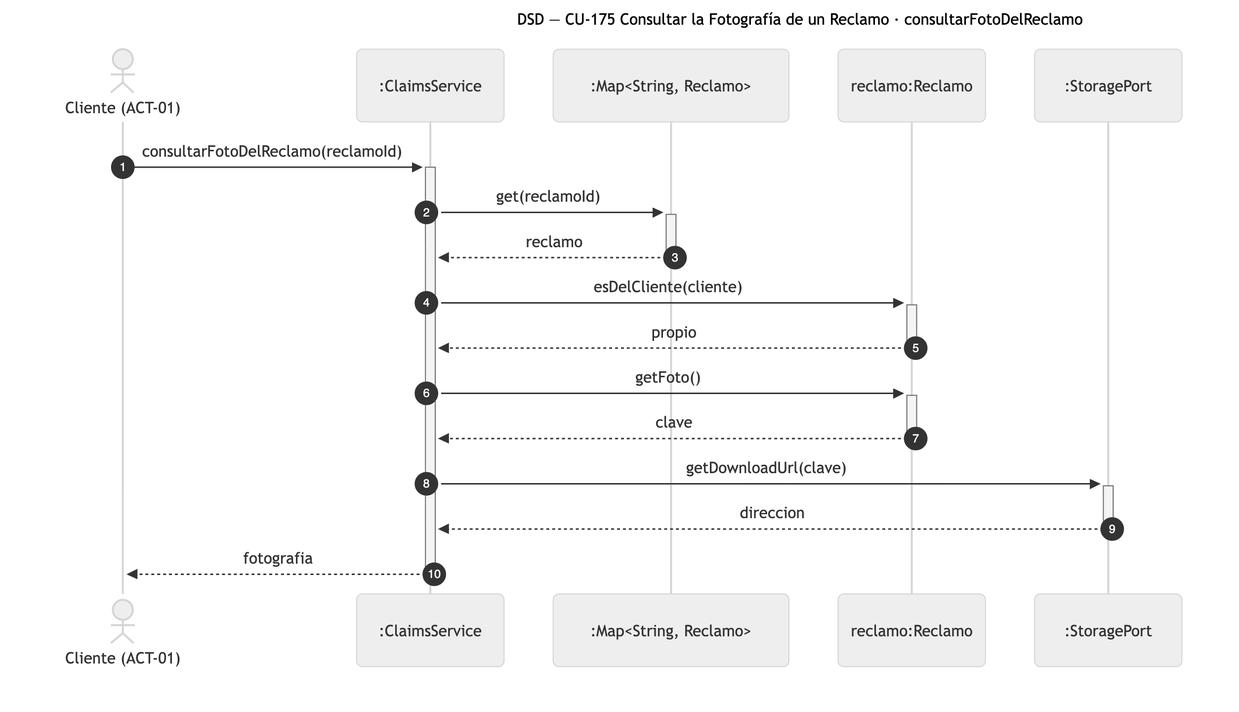
This is diagramas/png/DSD_CU-175_consultarFotoDelReclamo.png from Nahuelito-Dev/splg-docs, a Mermaid export, as it was before one commit. Its source is kept beside it as diagramas/DSD_CU-175_consultarFotoDelReclamo.mmd. Its diagram source:
```mermaid
sequenceDiagram
    title DSD — CU-175 Consultar la Fotografía de un Reclamo · consultarFotoDelReclamo
    autonumber
    actor CLI as Cliente (ACT-01)
    participant SRV as :ClaimsService
    participant COL as :Map#lt;String, Reclamo#gt;
    participant REC as reclamo:Reclamo
    participant STO as :StoragePort

    CLI->>+SRV: consultarFotoDelReclamo(reclamoId)
    SRV->>+COL: get(reclamoId)
    COL-->>-SRV: reclamo
    SRV->>+REC: esDelCliente(cliente)
    REC-->>-SRV: propio
    SRV->>+REC: getFoto()
    REC-->>-SRV: clave
    SRV->>+STO: getDownloadUrl(clave)
    STO-->>-SRV: direccion
    SRV-->>-CLI: fotografia
```
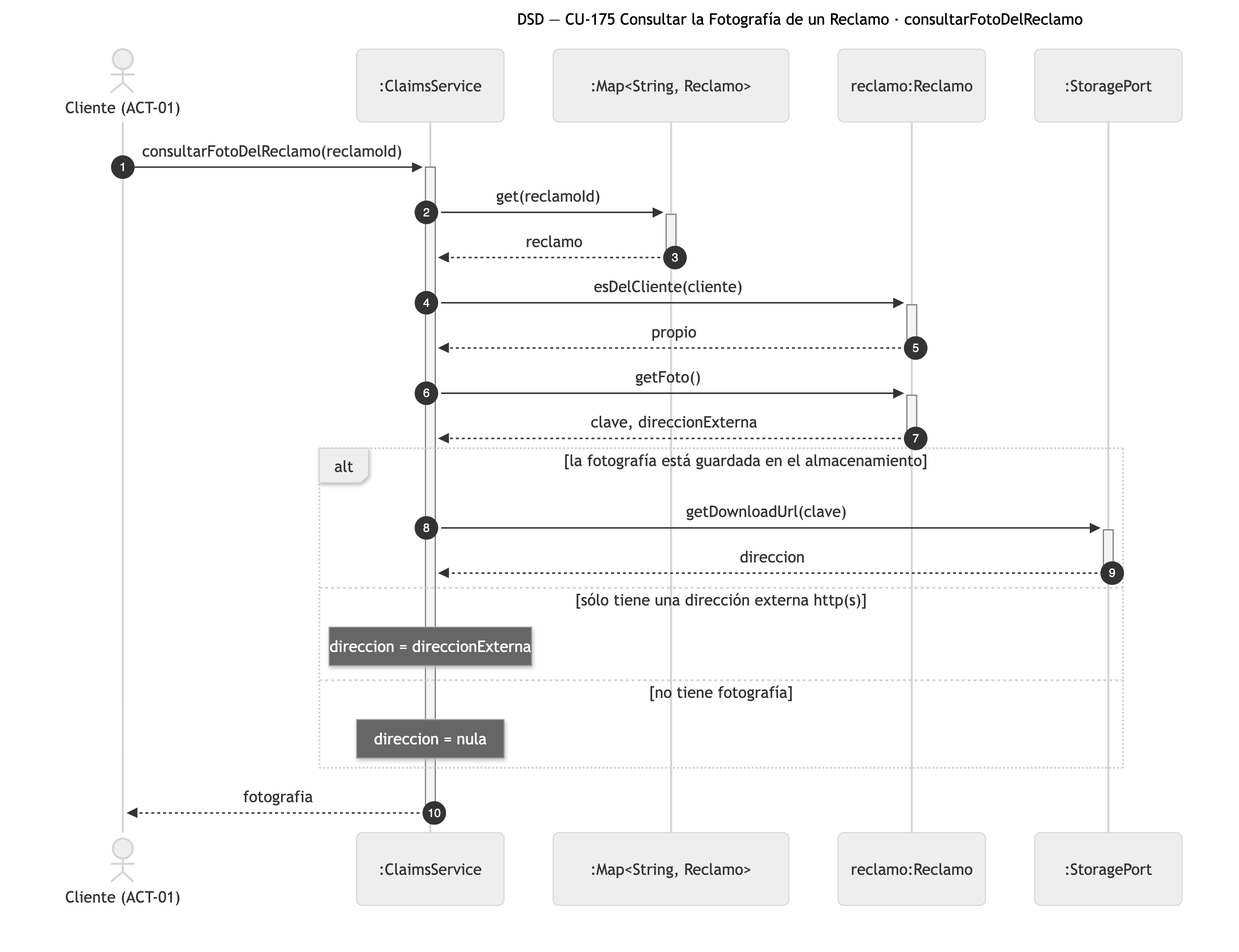
Above is the later version.

Commit message:
docs: DSD de CU-175 al día con el enlace de la foto del reclamo

What changed in the source:
```diff
@@ -13,7 +13,13 @@
     SRV->>+REC: esDelCliente(cliente)
     REC-->>-SRV: propio
     SRV->>+REC: getFoto()
-    REC-->>-SRV: clave
-    SRV->>+STO: getDownloadUrl(clave)
-    STO-->>-SRV: direccion
+    REC-->>-SRV: clave, direccionExterna
+    alt la fotografía está guardada en el almacenamiento
+        SRV->>+STO: getDownloadUrl(clave)
+        STO-->>-SRV: direccion
+    else sólo tiene una dirección externa http(s)
+        Note over SRV: direccion = direccionExterna
+    else no tiene fotografía
+        Note over SRV: direccion = nula
+    end
     SRV-->>-CLI: fotografia
```
